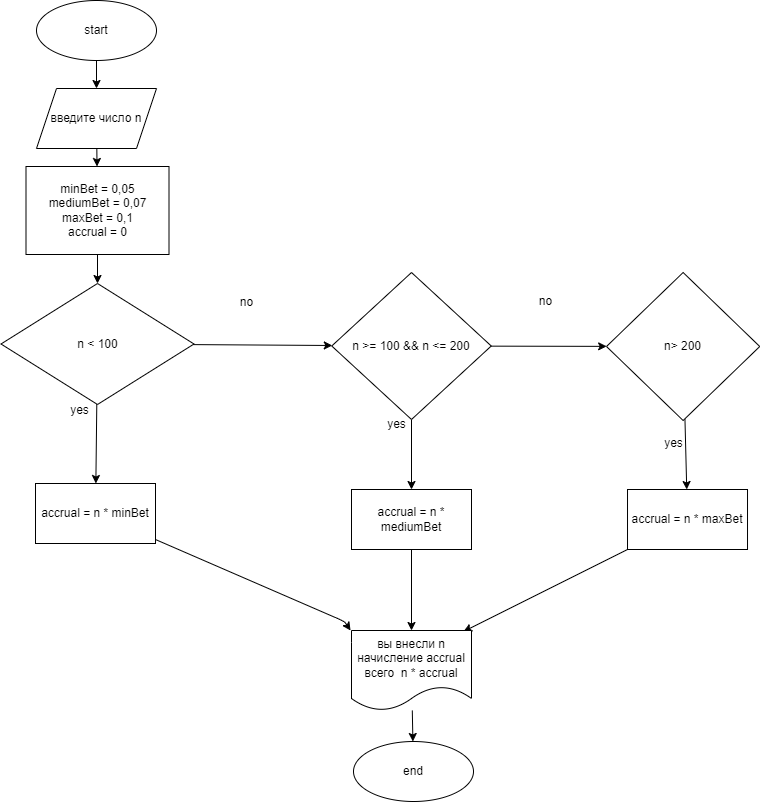
Earlier version of the draw.io export interest rate.drawio.png (Vyacheslav314/practice_flowcharts_and_git). Source tidied: cells renumbered, new cells last; positions are measured from the earlier drawing's top-left corner, leaving out a move shared by most shapes.
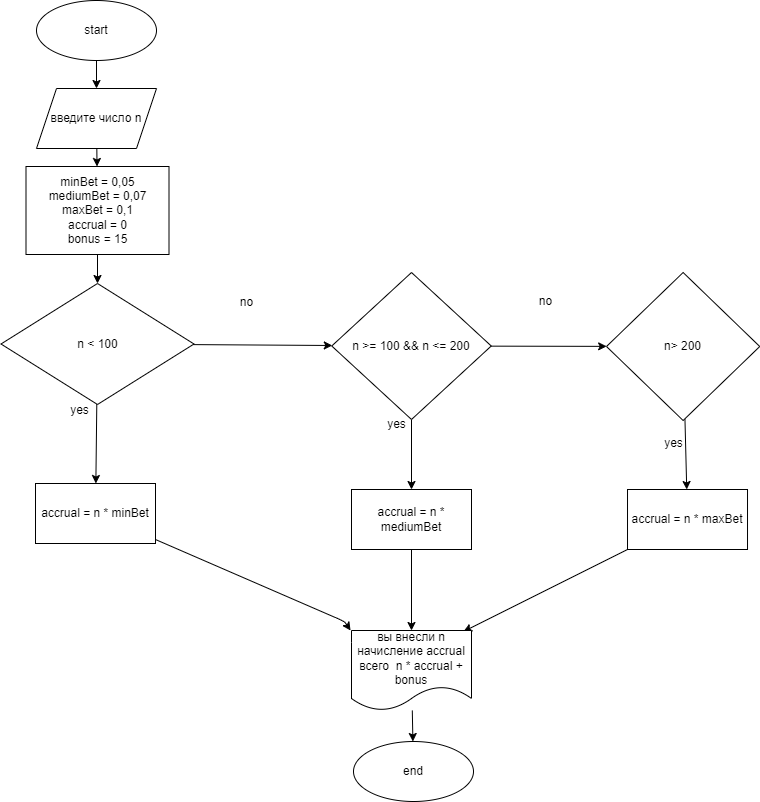
Above is the later version.

Diff of the diagram source:
```diff
@@ -17,7 +17,7 @@
     <mxCell id="6" style="edgeStyle=none;html=1;" parent="1" edge="1" source="7" target="10">
       <mxGeometry relative="1" as="geometry" />
     </mxCell>
-    <mxCell id="7" value="minBet = 0,05&lt;br&gt;mediumBet = 0,07&lt;br&gt;maxBet = 0,1&lt;br&gt;&lt;div&gt;accrual = 0&lt;/div&gt;" style="whiteSpace=wrap;html=1;" parent="1" vertex="1">
+    <mxCell id="7" value="minBet = 0,05&lt;br&gt;mediumBet = 0,07&lt;br&gt;maxBet = 0,1&lt;br&gt;&lt;div&gt;accrual = 0&lt;/div&gt;&lt;div&gt;bonus = 15&lt;/div&gt;" style="whiteSpace=wrap;html=1;" parent="1" vertex="1">
       <mxGeometry x="25.5" y="166" width="143" height="88" as="geometry" />
     </mxCell>
     <mxCell id="8" style="edgeStyle=none;html=1;" parent="1" edge="1" source="10" target="13">
@@ -84,7 +84,7 @@
     <mxCell id="27" style="edgeStyle=none;html=1;" parent="1" edge="1" source="28" target="29">
       <mxGeometry relative="1" as="geometry" />
     </mxCell>
-    <mxCell id="28" value="вы внесли n&lt;br&gt;начисление accrual&lt;br&gt;всего&amp;nbsp; n * accrual" style="shape=document;whiteSpace=wrap;html=1;boundedLbl=1;" parent="1" vertex="1">
+    <mxCell id="28" value="вы внесли n&lt;br&gt;начисление accrual&lt;br&gt;всего&amp;nbsp; n * accrual + bonus" style="shape=document;whiteSpace=wrap;html=1;boundedLbl=1;" parent="1" vertex="1">
       <mxGeometry x="351" y="630" width="120" height="80" as="geometry" />
     </mxCell>
     <mxCell id="29" value="end" style="ellipse;whiteSpace=wrap;html=1;" parent="1" vertex="1">
```
